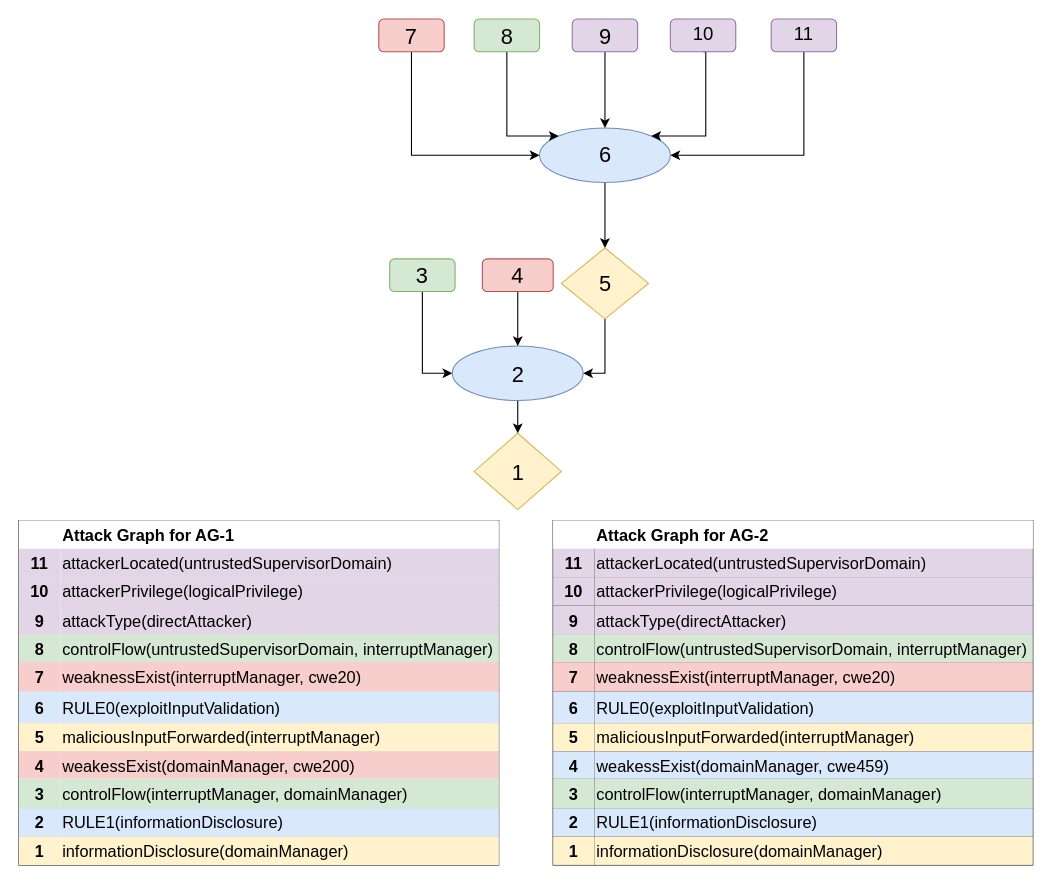
Before: page "AG" (3 of 3) of diagrams.drawio in NS-unina/threat-model-riscv-cove, a draw.io diagram. Source tidied: cells renumbered, new cells numbered last; positions are measured from the earlier drawing's top-left corner, leaving out a move shared by most shapes. Both pictures are drawn from the tidied source at 109%, with x=0, y=0 at pixel (19, 19).
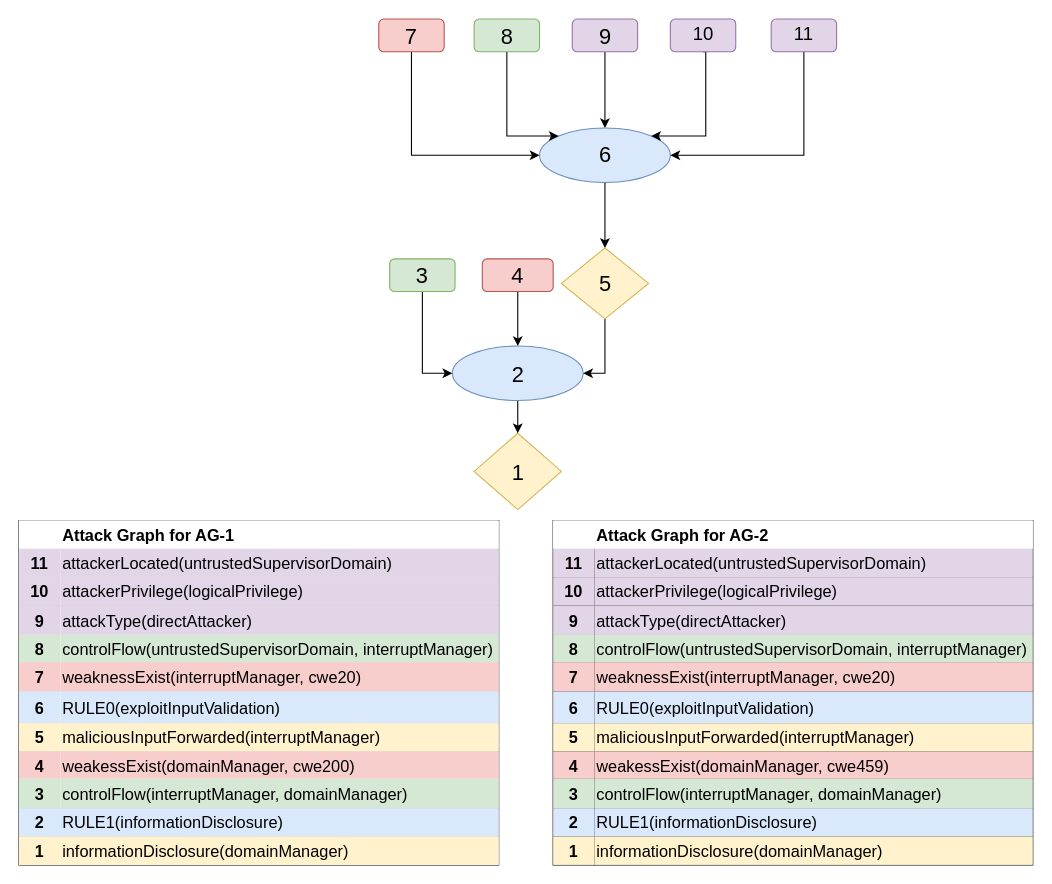
The same page after the edit.

Commit message:
fix: attack graph table

Unchanged cells that the change refers to:
```xml
<mxCell id="85" style="shape=tableRow;horizontal=0;startSize=0;swimlaneHead=0;swimlaneBody=0;strokeColor=inherit;top=0;left=0;bottom=0;right=0;fillColor=none;fontSize=15;" parent="60" vertex="1">
  <mxGeometry y="212" width="440" height="25" as="geometry" />
</mxCell>
```

Change to the diagram source:
```diff
@@
-    <mxCell id="86" value="4" style="shape=partialRectangle;html=1;whiteSpace=wrap;strokeColor=#6c8ebf;overflow=hidden;fillColor=#dae8fc;top=0;left=0;bottom=0;right=0;align=center;fontStyle=1;fontSize=15;" parent="85" vertex="1">
+    <mxCell id="86" value="4" style="shape=partialRectangle;html=1;whiteSpace=wrap;strokeColor=#b85450;overflow=hidden;fillColor=#f8cecc;top=0;left=0;bottom=0;right=0;align=center;fontStyle=1;fontSize=15;" parent="85" vertex="1">
       <mxGeometry width="38" height="25" as="geometry" />
     </mxCell>
-    <mxCell id="87" value="weakessExist(domainManager, cwe459)" style="shape=partialRectangle;html=1;whiteSpace=wrap;strokeColor=#6c8ebf;overflow=hidden;fillColor=#dae8fc;top=0;left=0;bottom=0;right=0;align=left;fontSize=15;" parent="85" vertex="1">
+    <mxCell id="87" value="weakessExist(domainManager, cwe459)" style="shape=partialRectangle;html=1;whiteSpace=wrap;strokeColor=#b85450;overflow=hidden;fillColor=#f8cecc;top=0;left=0;bottom=0;right=0;align=left;fontSize=15;" parent="85" vertex="1">
       <mxGeometry x="38" width="402" height="25" as="geometry" />
     </mxCell>
```
